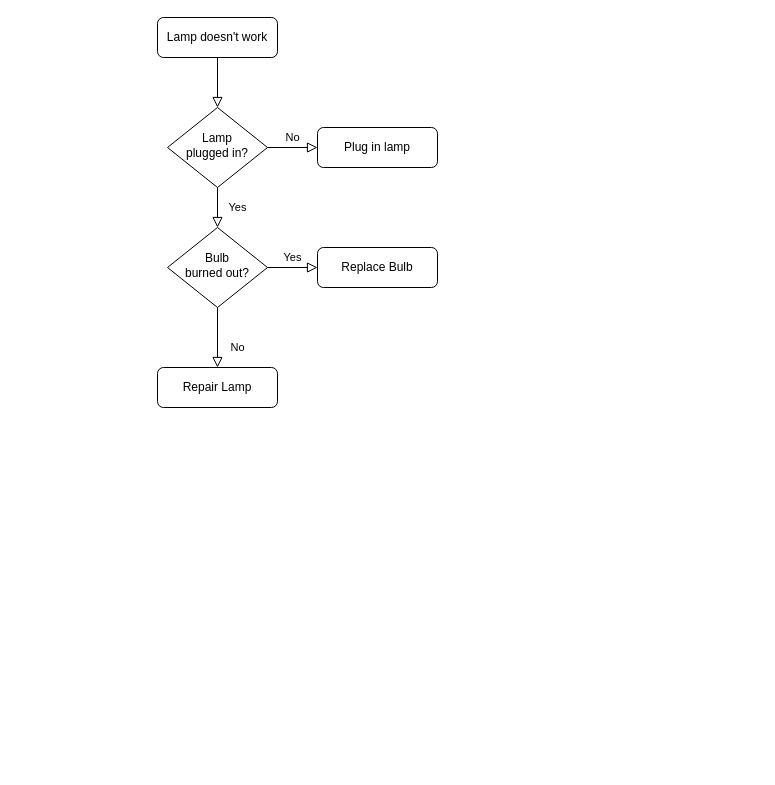
zongcai66/Introduction-to-Reinforcement-Learning keeps this draw.io diagram as Untitled Diagram.drawio. Above is the earlier version. Source tidied: cells renumbered, new cells numbered last; positions are measured from the earlier drawing's top-left corner, leaving out a move shared by most shapes. Both pictures are drawn from the tidied source at 100%, with x=0, y=0 at pixel (157, 17). Pictures stored in the file or linked from it are replaced by grey dashed boxes.
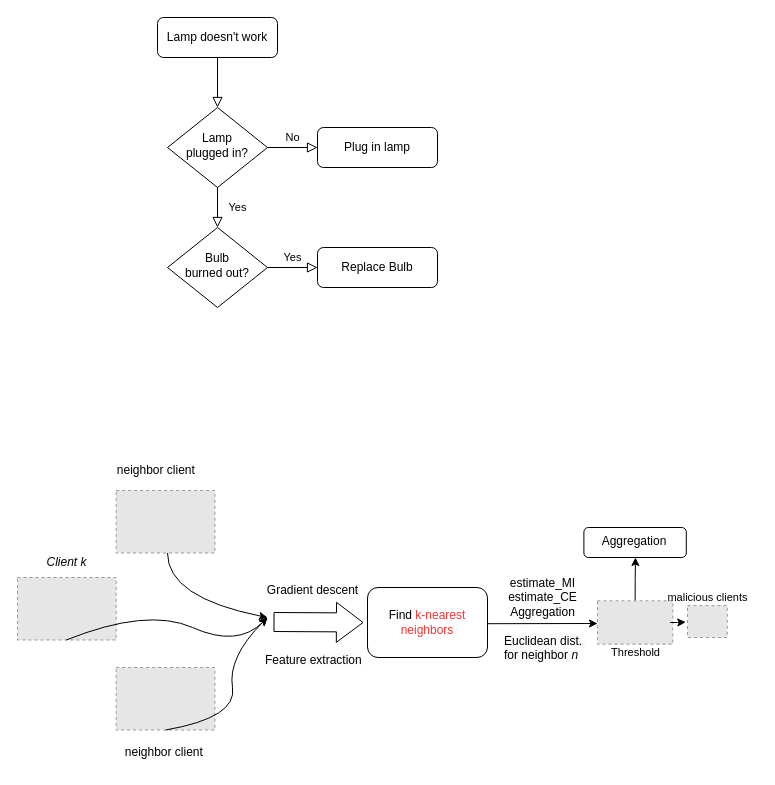
After the change.

The change refers to these unchanged cells:
```xml
<mxCell id="10" value="Bulb&lt;br&gt;burned out?" style="rhombus;whiteSpace=wrap;html=1;shadow=0;fontFamily=Helvetica;fontSize=12;align=center;strokeWidth=1;spacing=6;spacingTop=-4;" parent="1" vertex="1">
  <mxGeometry x="10" y="210" width="100" height="80" as="geometry" />
</mxCell>
```

The edit, as a diff of the source:
```diff
@@
-    <mxCell id="8" value="No" style="rounded=0;html=1;jettySize=auto;fontSize=11;endArrow=block;endFill=0;endSize=8;strokeWidth=1;shadow=0;labelBackgroundColor=none;edgeStyle=orthogonalEdgeStyle;" parent="1" edge="1" source="10" target="11">
-      <mxGeometry x="0.33" y="20" relative="1" as="geometry" />
-    </mxCell>
@@
-    <mxCell id="11" value="Repair Lamp" style="rounded=1;whiteSpace=wrap;html=1;fontSize=12;glass=0;strokeWidth=1;shadow=0;" parent="1" vertex="1">
-      <mxGeometry y="350" width="120" height="40" as="geometry" />
+    <mxCell id="11" value="Find&lt;font color=&quot;#ff3333&quot;&gt; k-nearest neighbors&lt;/font&gt;" style="rounded=1;whiteSpace=wrap;html=1;fontSize=12;glass=0;strokeWidth=1;shadow=0;" parent="1" vertex="1">
+      <mxGeometry x="210" y="570" width="120" height="70" as="geometry" />
     </mxCell>
@@
+    <mxCell id="13" style="fillColor=#E6E6E6;strokeColor=#999999;dashed=1;verticalLabelPosition=bottom;labelBackgroundColor=default;verticalAlign=top;" parent="1" vertex="1">
+      <mxGeometry x="-140" y="560" width="98.7" height="62.5" as="geometry" />
+    </mxCell>
+    <mxCell id="14" style="fillColor=#E6E6E6;strokeColor=#999999;dashed=1;verticalLabelPosition=bottom;labelBackgroundColor=default;verticalAlign=top;" parent="1" vertex="1">
+      <mxGeometry x="-41.3" y="650" width="98.7" height="62.5" as="geometry" />
+    </mxCell>
+    <mxCell id="15" style="fillColor=#E6E6E6;strokeColor=#999999;dashed=1;verticalLabelPosition=bottom;labelBackgroundColor=default;verticalAlign=top;" parent="1" vertex="1">
+      <mxGeometry x="-41.3" y="473" width="98.7" height="62.5" as="geometry" />
+    </mxCell>
+    <mxCell id="16" style="curved=1;endArrow=classic;html=1;rounded=0;" parent="1" edge="1">
+      <mxGeometry relative="1" as="geometry">
+        <mxPoint x="-91.3" y="622.5" as="sourcePoint" />
+        <mxPoint x="110" y="600" as="targetPoint" />
+        <Array as="points">
+          <mxPoint x="-10" y="590" />
+          <mxPoint x="80" y="630" />
+        </Array>
+      </mxGeometry>
+    </mxCell>
+    <mxCell id="17" style="curved=1;endArrow=classic;html=1;rounded=0;" parent="1" edge="1">
+      <mxGeometry relative="1" as="geometry">
+        <mxPoint x="10" y="535.5" as="sourcePoint" />
+        <mxPoint x="110" y="600" as="targetPoint" />
+        <Array as="points">
+          <mxPoint x="10" y="580" />
+        </Array>
+      </mxGeometry>
+    </mxCell>
+    <mxCell id="18" style="curved=1;endArrow=classic;html=1;rounded=0;exitX=0.5;exitY=1;exitDx=0;exitDy=0;" parent="1" edge="1">
+      <mxGeometry relative="1" as="geometry">
+        <mxPoint x="8.1" y="712.5" as="sourcePoint" />
+        <mxPoint x="110" y="600" as="targetPoint" />
+        <Array as="points">
+          <mxPoint x="80" y="700" />
+          <mxPoint x="70" y="640" />
+        </Array>
+      </mxGeometry>
+    </mxCell>
+    <mxCell id="19" value="estimate_MI&lt;div&gt;estimate_CE&lt;br&gt;&lt;div&gt;Aggregation&lt;/div&gt;&lt;/div&gt;" style="text;html=1;align=center;verticalAlign=middle;strokeColor=none;fillColor=none;rotation=0;" parent="1" vertex="1">
+      <mxGeometry x="340" y="550" width="90" height="60" as="geometry" />
+    </mxCell>
+    <mxCell id="20" value="&lt;i&gt;Client k&lt;/i&gt;" style="text;html=1;align=center;verticalAlign=middle;strokeColor=none;fillColor=none;" parent="1" vertex="1">
+      <mxGeometry x="-120.6" y="530" width="60" height="30" as="geometry" />
+    </mxCell>
+    <mxCell id="21" style="endArrow=classic;html=1;rounded=0;" parent="1" edge="1">
+      <mxGeometry relative="1" as="geometry">
+        <mxPoint x="330" y="606.2" as="sourcePoint" />
+        <mxPoint x="440" y="606" as="targetPoint" />
+      </mxGeometry>
+    </mxCell>
+    <mxCell id="22" value="neighbor client&amp;nbsp;" style="text;html=1;align=center;verticalAlign=middle;strokeColor=none;fillColor=none;" parent="1" vertex="1">
+      <mxGeometry x="-50" y="438" width="100" height="30" as="geometry" />
+    </mxCell>
+    <mxCell id="23" value="neighbor client&amp;nbsp;" style="text;html=1;align=center;verticalAlign=middle;strokeColor=none;fillColor=none;" parent="1" vertex="1">
+      <mxGeometry x="-41.9" y="720" width="100" height="30" as="geometry" />
+    </mxCell>
+    <mxCell id="24" value="Gradient descent&lt;div&gt;&lt;br&gt;&lt;/div&gt;" style="text;html=1;align=center;verticalAlign=middle;strokeColor=none;fillColor=none;" parent="1" vertex="1">
+      <mxGeometry x="100" y="560" width="110" height="40" as="geometry" />
+    </mxCell>
+    <mxCell id="25" style="shape=flexArrow;endArrow=classic;html=1;rounded=0;width=19;endSize=8.52;" parent="1" edge="1">
+      <mxGeometry relative="1" as="geometry">
+        <mxPoint x="116" y="604.5" as="sourcePoint" />
+        <mxPoint x="206" y="605" as="targetPoint" />
+      </mxGeometry>
+    </mxCell>
+    <mxCell id="26" value="&lt;span style=&quot;caret-color: rgb(0, 0, 0); color: rgb(0, 0, 0); font-family: Helvetica; font-size: 12px; font-style: normal; font-variant-caps: normal; font-weight: 400; letter-spacing: normal; orphans: auto; text-align: center; text-indent: 0px; text-transform: none; white-space: nowrap; widows: auto; word-spacing: 0px; -webkit-text-stroke-width: 0px; background-color: rgb(251, 251, 251); text-decoration: none; display: inline !important; float: none;&quot;&gt;Feature extraction&lt;/span&gt;" style="text;whiteSpace=wrap;html=1;" parent="1" vertex="1">
+      <mxGeometry x="106" y="628.5" width="130" height="40" as="geometry" />
+    </mxCell>
+    <mxCell id="27" value="&lt;span style=&quot;caret-color: rgb(0, 0, 0); color: rgb(0, 0, 0); font-family: Helvetica; font-size: 12px; font-style: normal; font-variant-caps: normal; font-weight: 400; letter-spacing: normal; orphans: auto; text-align: center; text-indent: 0px; text-transform: none; white-space: nowrap; widows: auto; word-spacing: 0px; -webkit-text-stroke-width: 0px; background-color: rgb(251, 251, 251); text-decoration: none; display: inline !important; float: none;&quot;&gt;Euclidean dist.&amp;nbsp;&lt;/span&gt;&lt;div&gt;&lt;span style=&quot;caret-color: rgb(0, 0, 0); color: rgb(0, 0, 0); font-family: Helvetica; font-size: 12px; font-style: normal; font-variant-caps: normal; font-weight: 400; letter-spacing: normal; orphans: auto; text-align: center; text-indent: 0px; text-transform: none; white-space: nowrap; widows: auto; word-spacing: 0px; -webkit-text-stroke-width: 0px; background-color: rgb(251, 251, 251); text-decoration: none; display: inline !important; float: none;&quot;&gt;for neighbor&lt;span class=&quot;Apple-converted-space&quot;&gt;&amp;nbsp;&lt;/span&gt;&lt;/span&gt;&lt;i style=&quot;caret-color: rgb(0, 0, 0); color: rgb(0, 0, 0); font-family: Helvetica; font-size: 12px; font-variant-caps: normal; font-weight: 400; letter-spacing: normal; orphans: auto; text-align: center; text-indent: 0px; text-transform: none; white-space: nowrap; widows: auto; word-spacing: 0px; -webkit-text-stroke-width: 0px; text-decoration: none;&quot;&gt;n&lt;/i&gt;&lt;/div&gt;" style="text;whiteSpace=wrap;html=1;" parent="1" vertex="1">
+      <mxGeometry x="345" y="610" width="80" height="40" as="geometry" />
+    </mxCell>
+    <mxCell id="28" style="edgeStyle=orthogonalEdgeStyle;rounded=0;jettySize=auto;html=1;exitX=0.5;exitY=0;exitDx=0;exitDy=0;fontFamily=Helvetica;fontSize=12;fontColor=default;" parent="1" edge="1" source="29">
+      <mxGeometry relative="1" as="geometry">
+        <mxPoint x="478" y="540" as="targetPoint" />
+      </mxGeometry>
+    </mxCell>
+    <mxCell id="29" style="fillColor=#E6E6E6;strokeColor=#999999;dashed=1;verticalLabelPosition=bottom;labelBackgroundColor=default;verticalAlign=top;" parent="1" vertex="1">
+      <mxGeometry x="440" y="583.3" width="75.3" height="43.4" as="geometry" />
+    </mxCell>
+    <mxCell id="30" value="&lt;font style=&quot;font-size: 11px;&quot;&gt;Threshold&lt;/font&gt;" style="text;html=1;align=center;verticalAlign=middle;strokeColor=none;fillColor=none;fontFamily=Helvetica;fontSize=12;fontColor=default;" parent="1" vertex="1">
+      <mxGeometry x="442.6" y="620" width="70" height="30" as="geometry" />
+    </mxCell>
+    <mxCell id="31" style="fillColor=#E6E6E6;strokeColor=#999999;dashed=1;verticalLabelPosition=bottom;labelBackgroundColor=default;verticalAlign=top;" parent="1" vertex="1">
+      <mxGeometry x="530" y="588.1" width="39.8" height="31.9" as="geometry" />
+    </mxCell>
+    <mxCell id="32" value="&lt;font style=&quot;font-size: 11px;&quot;&gt;malicious clients&lt;/font&gt;" style="text;html=1;align=center;verticalAlign=middle;strokeColor=none;fillColor=none;fontFamily=Helvetica;fontSize=12;fontColor=default;" parent="1" vertex="1">
+      <mxGeometry x="499.9" y="565" width="100" height="30" as="geometry" />
+    </mxCell>
+    <mxCell id="33" style="endArrow=classic;html=1;rounded=0;fontFamily=Helvetica;fontSize=12;fontColor=default;entryX=-0.044;entryY=0.519;entryDx=0;entryDy=0;entryPerimeter=0;" parent="1" edge="1" target="31">
+      <mxGeometry relative="1" as="geometry">
+        <mxPoint x="512.6" y="605" as="sourcePoint" />
+        <Array as="points">
+          <mxPoint x="520" y="605" />
+        </Array>
+      </mxGeometry>
+    </mxCell>
+    <mxCell id="34" value="Aggregation" style="rounded=1;whiteSpace=wrap;html=1;strokeColor=default;align=center;verticalAlign=top;fontFamily=Helvetica;fontSize=12;fontColor=default;fillColor=default;" parent="1" vertex="1">
+      <mxGeometry x="426.4" y="510" width="102.4" height="30" as="geometry" />
+    </mxCell>
```
